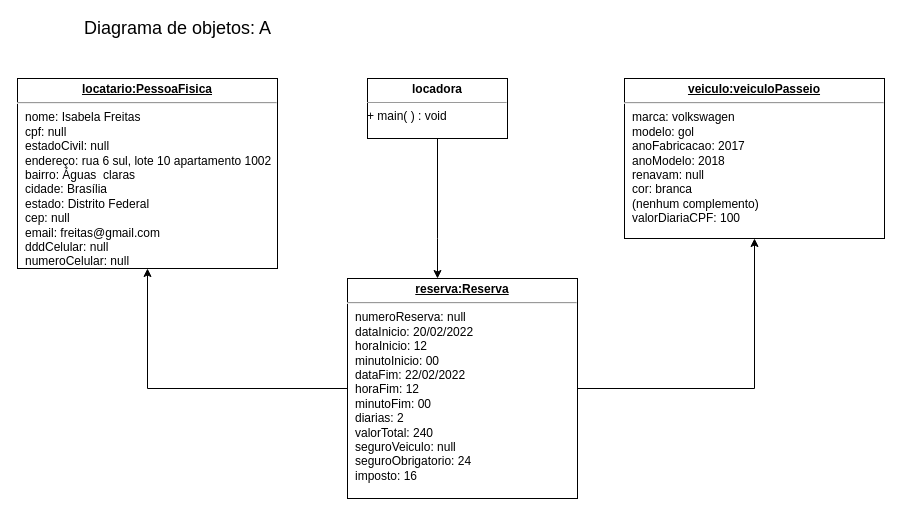
Before: Diagrama de objetos_A.drawio in wildemberg-sales/projetoSistemaLocadora, a draw.io diagram. Source tidied: cells renumbered, new cells numbered last; positions are measured from the earlier drawing's top-left corner, leaving out a move shared by most shapes. Both pictures are drawn from the tidied source at 100%, with x=0, y=0 at pixel (17, 18).
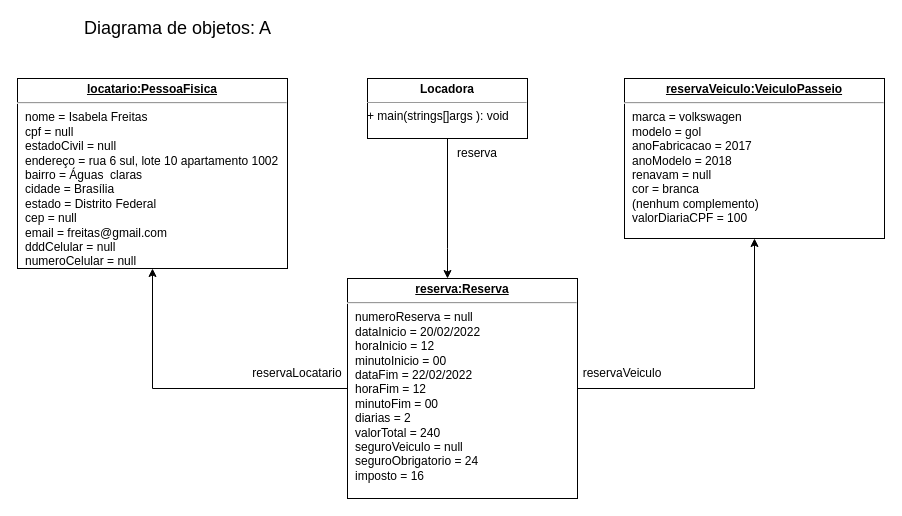
After the change.

Commit message:
Ajustes ao diagrama

Diff of the diagram source:
```diff
@@
 <mxGraphModel>
   <root>
     <mxCell id="0" />
     <mxCell id="1" parent="0" />
-    <mxCell id="2" value="&lt;p style=&quot;margin: 0px ; margin-top: 4px ; text-align: center ; text-decoration: underline&quot;&gt;&lt;b&gt;locatario:PessoaFisica&lt;/b&gt;&lt;/p&gt;&lt;hr&gt;&lt;p style=&quot;margin: 0px ; margin-left: 8px&quot;&gt;nome: Isabela Freitas&lt;/p&gt;&lt;p style=&quot;margin: 0px ; margin-left: 8px&quot;&gt;cpf: null&lt;/p&gt;&lt;p style=&quot;margin: 0px ; margin-left: 8px&quot;&gt;estadoCivil: null&lt;/p&gt;&lt;p style=&quot;margin: 0px ; margin-left: 8px&quot;&gt;&lt;span&gt;endereço: rua 6 sul, lote 10 apartamento 1002&lt;/span&gt;&lt;/p&gt;&lt;p style=&quot;margin: 0px ; margin-left: 8px&quot;&gt;&lt;span&gt;bairro: Águas&amp;nbsp; claras&lt;/span&gt;&lt;/p&gt;&lt;p style=&quot;margin: 0px ; margin-left: 8px&quot;&gt;&lt;span&gt;cidade: Brasília&lt;/span&gt;&lt;/p&gt;&lt;p style=&quot;margin: 0px ; margin-left: 8px&quot;&gt;&lt;span&gt;estado: Distrito Federal&lt;/span&gt;&lt;/p&gt;&lt;p style=&quot;margin: 0px ; margin-left: 8px&quot;&gt;&lt;span&gt;cep: null&lt;/span&gt;&lt;/p&gt;&lt;p style=&quot;margin: 0px ; margin-left: 8px&quot;&gt;&lt;span&gt;email: freitas@gmail.com&lt;/span&gt;&lt;/p&gt;&lt;p style=&quot;margin: 0px ; margin-left: 8px&quot;&gt;&lt;span&gt;dddCelular: null&lt;/span&gt;&lt;/p&gt;&lt;p style=&quot;margin: 0px ; margin-left: 8px&quot;&gt;&lt;span&gt;numeroCelular: null&lt;/span&gt;&lt;/p&gt;&lt;p style=&quot;margin: 0px ; margin-left: 8px&quot;&gt;&lt;span&gt;&lt;br&gt;&lt;/span&gt;&lt;/p&gt;&lt;p style=&quot;margin: 0px ; margin-left: 8px&quot;&gt;&lt;br&gt;&lt;/p&gt;" style="verticalAlign=top;align=left;overflow=fill;fontSize=12;fontFamily=Helvetica;html=1;" parent="1" vertex="1">
-      <mxGeometry y="60" width="260" height="190" as="geometry" />
+    <mxCell id="2" value="&lt;p style=&quot;margin: 0px ; margin-top: 4px ; text-align: center ; text-decoration: underline&quot;&gt;&lt;b&gt;locatario:PessoaFisica&lt;/b&gt;&lt;/p&gt;&lt;hr&gt;&lt;p style=&quot;margin: 0px ; margin-left: 8px&quot;&gt;nome = Isabela Freitas&lt;/p&gt;&lt;p style=&quot;margin: 0px ; margin-left: 8px&quot;&gt;cpf = null&lt;/p&gt;&lt;p style=&quot;margin: 0px ; margin-left: 8px&quot;&gt;estadoCivil = null&lt;/p&gt;&lt;p style=&quot;margin: 0px ; margin-left: 8px&quot;&gt;&lt;span&gt;endereço = rua 6 sul, lote 10 apartamento 1002&lt;/span&gt;&lt;/p&gt;&lt;p style=&quot;margin: 0px ; margin-left: 8px&quot;&gt;&lt;span&gt;bairro = Águas&amp;nbsp; claras&lt;/span&gt;&lt;/p&gt;&lt;p style=&quot;margin: 0px ; margin-left: 8px&quot;&gt;&lt;span&gt;cidade = Brasília&lt;/span&gt;&lt;/p&gt;&lt;p style=&quot;margin: 0px ; margin-left: 8px&quot;&gt;&lt;span&gt;estado = Distrito Federal&lt;/span&gt;&lt;/p&gt;&lt;p style=&quot;margin: 0px ; margin-left: 8px&quot;&gt;&lt;span&gt;cep = null&lt;/span&gt;&lt;/p&gt;&lt;p style=&quot;margin: 0px ; margin-left: 8px&quot;&gt;&lt;span&gt;email = freitas@gmail.com&lt;/span&gt;&lt;/p&gt;&lt;p style=&quot;margin: 0px ; margin-left: 8px&quot;&gt;&lt;span&gt;dddCelular = null&lt;/span&gt;&lt;/p&gt;&lt;p style=&quot;margin: 0px ; margin-left: 8px&quot;&gt;&lt;span&gt;numeroCelular = null&lt;/span&gt;&lt;/p&gt;&lt;p style=&quot;margin: 0px ; margin-left: 8px&quot;&gt;&lt;span&gt;&lt;br&gt;&lt;/span&gt;&lt;/p&gt;&lt;p style=&quot;margin: 0px ; margin-left: 8px&quot;&gt;&lt;br&gt;&lt;/p&gt;" style="verticalAlign=top;align=left;overflow=fill;fontSize=12;fontFamily=Helvetica;html=1;" parent="1" vertex="1">
+      <mxGeometry y="60" width="270" height="190" as="geometry" />
     </mxCell>
-    <mxCell id="3" value="&lt;p style=&quot;margin: 0px ; margin-top: 4px ; text-align: center ; text-decoration: underline&quot;&gt;&lt;b&gt;veiculo:veiculoPasseio&lt;/b&gt;&lt;/p&gt;&lt;hr&gt;&lt;p style=&quot;margin: 0px ; margin-left: 8px&quot;&gt;marca: volkswagen&lt;/p&gt;&lt;p style=&quot;margin: 0px ; margin-left: 8px&quot;&gt;modelo: gol&lt;/p&gt;&lt;p style=&quot;margin: 0px ; margin-left: 8px&quot;&gt;anoFabricacao: 2017&lt;/p&gt;&lt;p style=&quot;margin: 0px ; margin-left: 8px&quot;&gt;anoModelo: 2018&lt;/p&gt;&lt;p style=&quot;margin: 0px ; margin-left: 8px&quot;&gt;renavam: null&lt;/p&gt;&lt;p style=&quot;margin: 0px ; margin-left: 8px&quot;&gt;cor: branca&lt;/p&gt;&lt;p style=&quot;margin: 0px ; margin-left: 8px&quot;&gt;(nenhum complemento)&lt;/p&gt;&lt;p style=&quot;margin: 0px ; margin-left: 8px&quot;&gt;valorDiariaCPF: 100&amp;nbsp;&lt;/p&gt;" style="verticalAlign=top;align=left;overflow=fill;fontSize=12;fontFamily=Helvetica;html=1;" parent="1" vertex="1">
+    <mxCell id="3" value="&lt;p style=&quot;margin: 0px ; margin-top: 4px ; text-align: center ; text-decoration: underline&quot;&gt;&lt;b&gt;reservaV&lt;/b&gt;&lt;b&gt;eiculo:VeiculoPasseio&lt;/b&gt;&lt;/p&gt;&lt;hr&gt;&lt;p style=&quot;margin: 0px ; margin-left: 8px&quot;&gt;marca = volkswagen&lt;/p&gt;&lt;p style=&quot;margin: 0px ; margin-left: 8px&quot;&gt;modelo = gol&lt;/p&gt;&lt;p style=&quot;margin: 0px ; margin-left: 8px&quot;&gt;anoFabricacao = 2017&lt;/p&gt;&lt;p style=&quot;margin: 0px ; margin-left: 8px&quot;&gt;anoModelo = 2018&lt;/p&gt;&lt;p style=&quot;margin: 0px ; margin-left: 8px&quot;&gt;renavam = null&lt;/p&gt;&lt;p style=&quot;margin: 0px ; margin-left: 8px&quot;&gt;cor = branca&lt;/p&gt;&lt;p style=&quot;margin: 0px ; margin-left: 8px&quot;&gt;(nenhum complemento)&lt;/p&gt;&lt;p style=&quot;margin: 0px ; margin-left: 8px&quot;&gt;valorDiariaCPF = 100&amp;nbsp;&lt;/p&gt;" style="verticalAlign=top;align=left;overflow=fill;fontSize=12;fontFamily=Helvetica;html=1;" parent="1" vertex="1">
       <mxGeometry x="607" y="60" width="260" height="160" as="geometry" />
     </mxCell>
     <mxCell id="4" style="edgeStyle=orthogonalEdgeStyle;rounded=0;jettySize=auto;html=1;" parent="1" edge="1" source="6" target="3">
       <mxGeometry relative="1" as="geometry" />
     </mxCell>
     <mxCell id="5" style="edgeStyle=orthogonalEdgeStyle;rounded=0;jettySize=auto;html=1;" parent="1" edge="1" source="6" target="2">
       <mxGeometry relative="1" as="geometry" />
     </mxCell>
-    <mxCell id="6" value="&lt;p style=&quot;margin: 0px ; margin-top: 4px ; text-align: center ; text-decoration: underline&quot;&gt;&lt;b&gt;reserva:Reserva&lt;/b&gt;&lt;/p&gt;&lt;hr&gt;&lt;p style=&quot;margin: 0px ; margin-left: 8px&quot;&gt;numeroReserva: null&lt;/p&gt;&lt;p style=&quot;margin: 0px ; margin-left: 8px&quot;&gt;dataInicio: 20/02/2022&lt;/p&gt;&lt;p style=&quot;margin: 0px ; margin-left: 8px&quot;&gt;horaInicio: 12&lt;/p&gt;&lt;p style=&quot;margin: 0px ; margin-left: 8px&quot;&gt;minutoInicio: 00&lt;/p&gt;&lt;p style=&quot;margin: 0px ; margin-left: 8px&quot;&gt;dataFim: 22/02/2022&lt;/p&gt;&lt;p style=&quot;margin: 0px ; margin-left: 8px&quot;&gt;horaFim: 12&lt;/p&gt;&lt;p style=&quot;margin: 0px ; margin-left: 8px&quot;&gt;minutoFim: 00&lt;/p&gt;&lt;p style=&quot;margin: 0px ; margin-left: 8px&quot;&gt;diarias: 2&lt;/p&gt;&lt;p style=&quot;margin: 0px ; margin-left: 8px&quot;&gt;valorTotal: 240&lt;/p&gt;&lt;p style=&quot;margin: 0px ; margin-left: 8px&quot;&gt;seguroVeiculo: null&lt;/p&gt;&lt;p style=&quot;margin: 0px ; margin-left: 8px&quot;&gt;seguroObrigatorio: 24&lt;/p&gt;&lt;p style=&quot;margin: 0px ; margin-left: 8px&quot;&gt;imposto: 16&amp;nbsp;&lt;/p&gt;" style="verticalAlign=top;align=left;overflow=fill;fontSize=12;fontFamily=Helvetica;html=1;" parent="1" vertex="1">
+    <mxCell id="6" value="&lt;p style=&quot;margin: 0px ; margin-top: 4px ; text-align: center ; text-decoration: underline&quot;&gt;&lt;b&gt;reserva:Reserva&lt;/b&gt;&lt;/p&gt;&lt;hr&gt;&lt;p style=&quot;margin: 0px ; margin-left: 8px&quot;&gt;numeroReserva = null&lt;/p&gt;&lt;p style=&quot;margin: 0px ; margin-left: 8px&quot;&gt;dataInicio = 20/02/2022&lt;/p&gt;&lt;p style=&quot;margin: 0px ; margin-left: 8px&quot;&gt;horaInicio = 12&lt;/p&gt;&lt;p style=&quot;margin: 0px ; margin-left: 8px&quot;&gt;minutoInicio = 00&lt;/p&gt;&lt;p style=&quot;margin: 0px ; margin-left: 8px&quot;&gt;dataFim = 22/02/2022&lt;/p&gt;&lt;p style=&quot;margin: 0px ; margin-left: 8px&quot;&gt;horaFim = 12&lt;/p&gt;&lt;p style=&quot;margin: 0px ; margin-left: 8px&quot;&gt;minutoFim = 00&lt;/p&gt;&lt;p style=&quot;margin: 0px ; margin-left: 8px&quot;&gt;diarias = 2&lt;/p&gt;&lt;p style=&quot;margin: 0px ; margin-left: 8px&quot;&gt;valorTotal = 240&lt;/p&gt;&lt;p style=&quot;margin: 0px ; margin-left: 8px&quot;&gt;seguroVeiculo = null&lt;/p&gt;&lt;p style=&quot;margin: 0px ; margin-left: 8px&quot;&gt;seguroObrigatorio = 24&lt;/p&gt;&lt;p style=&quot;margin: 0px ; margin-left: 8px&quot;&gt;imposto = 16&amp;nbsp;&lt;/p&gt;" style="verticalAlign=top;align=left;overflow=fill;fontSize=12;fontFamily=Helvetica;html=1;" parent="1" vertex="1">
       <mxGeometry x="330" y="260" width="230" height="220" as="geometry" />
     </mxCell>
     <mxCell id="7" style="edgeStyle=orthogonalEdgeStyle;rounded=0;jettySize=auto;html=1;" parent="1" edge="1" source="8" target="6">
       <mxGeometry relative="1" as="geometry">
         <Array as="points">
-          <mxPoint x="420" y="220" />
-          <mxPoint x="420" y="220" />
+          <mxPoint x="430" y="230" />
+          <mxPoint x="430" y="230" />
         </Array>
       </mxGeometry>
     </mxCell>
-    <mxCell id="8" value="&lt;p style=&quot;margin: 0px ; margin-top: 4px ; text-align: center&quot;&gt;&lt;b&gt;locadora&lt;/b&gt;&lt;/p&gt;&lt;hr size=&quot;1&quot;&gt;&lt;div style=&quot;height: 2px&quot;&gt;+ main( ) : void&amp;nbsp;&lt;/div&gt;" style="verticalAlign=top;align=left;overflow=fill;fontSize=12;fontFamily=Helvetica;html=1;" parent="1" vertex="1">
-      <mxGeometry x="350" y="60" width="140" height="60" as="geometry" />
+    <mxCell id="8" value="&lt;p style=&quot;margin: 0px ; margin-top: 4px ; text-align: center&quot;&gt;&lt;b&gt;Locadora&lt;/b&gt;&lt;/p&gt;&lt;hr size=&quot;1&quot;&gt;&lt;div style=&quot;height: 2px&quot;&gt;+ main(strings[]args ): void&amp;nbsp;&lt;/div&gt;" style="verticalAlign=top;align=left;overflow=fill;fontSize=12;fontFamily=Helvetica;html=1;" parent="1" vertex="1">
+      <mxGeometry x="350" y="60" width="160" height="60" as="geometry" />
     </mxCell>
     <mxCell id="9" value="&lt;font style=&quot;font-size: 18px&quot;&gt;Diagrama de objetos: A&lt;/font&gt;" style="text;html=1;align=center;verticalAlign=middle;strokeColor=none;fillColor=none;" parent="1" vertex="1">
       <mxGeometry x="60" width="200" height="20" as="geometry" />
     </mxCell>
+    <mxCell id="10" value="reserva" style="text;html=1;strokeColor=none;fillColor=none;align=center;verticalAlign=middle;whiteSpace=wrap;rounded=0;" parent="1" vertex="1">
+      <mxGeometry x="430" y="120" width="60" height="30" as="geometry" />
+    </mxCell>
+    <mxCell id="11" value="reservaVeiculo" style="text;html=1;strokeColor=none;fillColor=none;align=center;verticalAlign=middle;whiteSpace=wrap;rounded=0;" parent="1" vertex="1">
+      <mxGeometry x="560" y="340" width="90" height="30" as="geometry" />
+    </mxCell>
+    <mxCell id="12" value="reservaLocatario" style="text;html=1;strokeColor=none;fillColor=none;align=center;verticalAlign=middle;whiteSpace=wrap;rounded=0;" parent="1" vertex="1">
+      <mxGeometry x="230" y="340" width="100" height="30" as="geometry" />
+    </mxCell>
   </root>
 </mxGraphModel>
```
